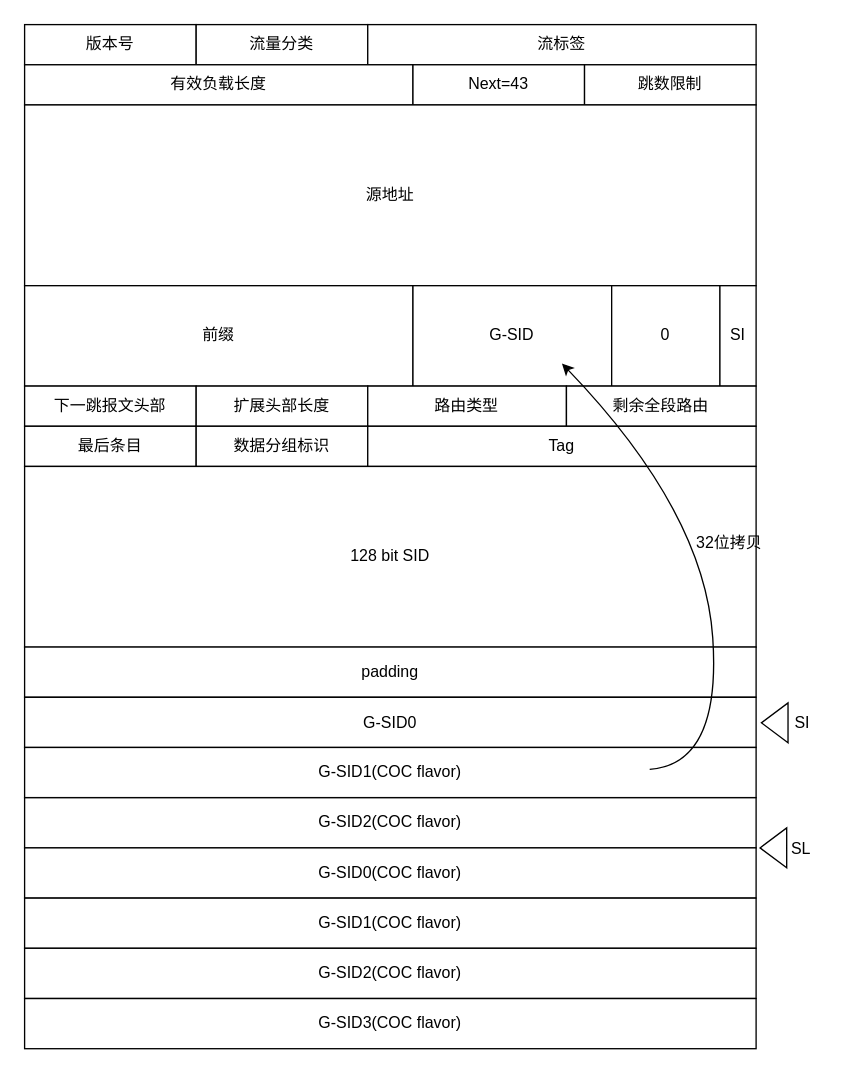
The draw.io diagram G-SRv6.drawio in SOANykun/SOA.github.io, before the edit. Source tidied: cells renumbered, new cells numbered last; positions are measured from the earlier drawing's top-left corner, leaving out a move shared by most shapes. Both pictures are drawn from the tidied source at 133%, with x=0, y=0 at pixel (24, 24).
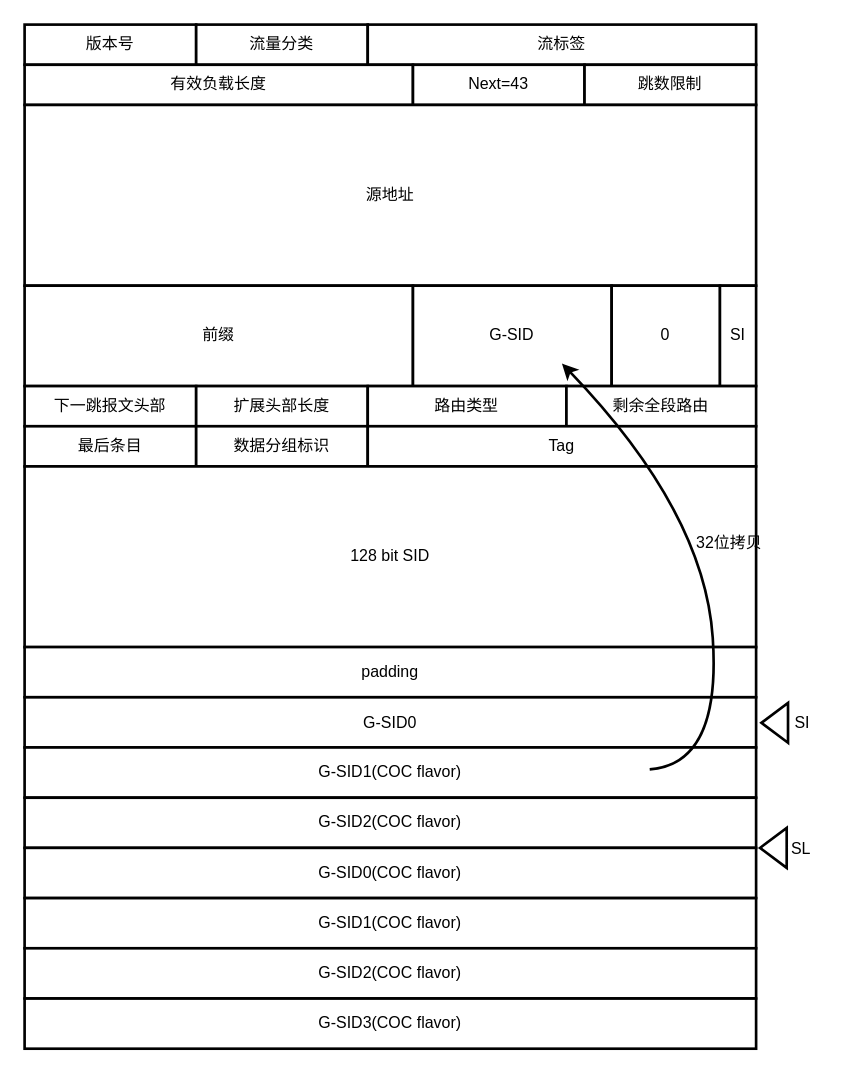
The same page after the edit.

The edit, as a diff of the source:
```diff
@@
-    <mxCell id="2" style="group;fontFamily=宋体;fillColor=none;" parent="1" vertex="1">
+    <mxCell id="2" style="group;fontFamily=宋体;fillColor=none;strokeWidth=2;" parent="1" vertex="1">
       <mxGeometry width="610" height="770" as="geometry" />
     </mxCell>
-    <mxCell id="3" value="版本号" style="rounded=0;whiteSpace=wrap;html=1;fontFamily=宋体;" parent="2" vertex="1">
+    <mxCell id="3" value="版本号" style="rounded=0;whiteSpace=wrap;html=1;fontFamily=宋体;strokeWidth=2;" parent="2" vertex="1">
       <mxGeometry width="129" height="30.2" as="geometry" />
     </mxCell>
-    <mxCell id="4" value="流量分类" style="rounded=0;whiteSpace=wrap;html=1;fontFamily=宋体;" parent="2" vertex="1">
+    <mxCell id="4" value="流量分类" style="rounded=0;whiteSpace=wrap;html=1;fontFamily=宋体;strokeWidth=2;" parent="2" vertex="1">
       <mxGeometry x="129" width="129" height="30.2" as="geometry" />
     </mxCell>
-    <mxCell id="5" value="流标签" style="rounded=0;whiteSpace=wrap;html=1;fontFamily=宋体;" parent="2" vertex="1">
+    <mxCell id="5" value="流标签" style="rounded=0;whiteSpace=wrap;html=1;fontFamily=宋体;strokeWidth=2;" parent="2" vertex="1">
       <mxGeometry x="258" width="292" height="30.2" as="geometry" />
     </mxCell>
-    <mxCell id="6" value="有效负载长度" style="rounded=0;whiteSpace=wrap;html=1;fontFamily=宋体;" parent="2" vertex="1">
+    <mxCell id="6" value="有效负载长度" style="rounded=0;whiteSpace=wrap;html=1;fontFamily=宋体;strokeWidth=2;" parent="2" vertex="1">
       <mxGeometry y="30.2" width="292" height="30.2" as="geometry" />
     </mxCell>
-    <mxCell id="7" value="Next=43" style="rounded=0;whiteSpace=wrap;html=1;fontFamily=宋体;" parent="2" vertex="1">
+    <mxCell id="7" value="Next=43" style="rounded=0;whiteSpace=wrap;html=1;fontFamily=宋体;strokeWidth=2;" parent="2" vertex="1">
       <mxGeometry x="292" y="30.2" width="129" height="30.2" as="geometry" />
     </mxCell>
-    <mxCell id="8" value="跳数限制" style="rounded=0;whiteSpace=wrap;html=1;fontFamily=宋体;" parent="2" vertex="1">
+    <mxCell id="8" value="跳数限制" style="rounded=0;whiteSpace=wrap;html=1;fontFamily=宋体;strokeWidth=2;" parent="2" vertex="1">
       <mxGeometry x="421" y="30.2" width="129" height="30.2" as="geometry" />
     </mxCell>
-    <mxCell id="9" value="源地址" style="rounded=0;whiteSpace=wrap;html=1;fontFamily=宋体;" parent="2" vertex="1">
+    <mxCell id="9" value="源地址" style="rounded=0;whiteSpace=wrap;html=1;fontFamily=宋体;strokeWidth=2;" parent="2" vertex="1">
       <mxGeometry y="60.4" width="550" height="135.9" as="geometry" />
     </mxCell>
-    <mxCell id="10" value="前缀" style="rounded=0;whiteSpace=wrap;html=1;fontFamily=宋体;" parent="2" vertex="1">
+    <mxCell id="10" value="前缀" style="rounded=0;whiteSpace=wrap;html=1;fontFamily=宋体;strokeWidth=2;" parent="2" vertex="1">
       <mxGeometry y="196.3" width="292" height="75.5" as="geometry" />
     </mxCell>
-    <mxCell id="11" value="G-SID" style="rounded=0;whiteSpace=wrap;html=1;fontFamily=宋体;" parent="2" vertex="1">
+    <mxCell id="11" value="G-SID" style="rounded=0;whiteSpace=wrap;html=1;fontFamily=宋体;strokeWidth=2;" parent="2" vertex="1">
       <mxGeometry x="292" y="196.3" width="149.4" height="75.5" as="geometry" />
     </mxCell>
-    <mxCell id="12" value="0" style="rounded=0;whiteSpace=wrap;html=1;fontFamily=宋体;" parent="2" vertex="1">
+    <mxCell id="12" value="0" style="rounded=0;whiteSpace=wrap;html=1;fontFamily=宋体;strokeWidth=2;" parent="2" vertex="1">
       <mxGeometry x="441.4" y="196.3" width="81.5" height="75.5" as="geometry" />
     </mxCell>
-    <mxCell id="13" value="SI" style="rounded=0;whiteSpace=wrap;html=1;fontFamily=宋体;" parent="2" vertex="1">
+    <mxCell id="13" value="SI" style="rounded=0;whiteSpace=wrap;html=1;fontFamily=宋体;strokeWidth=2;" parent="2" vertex="1">
       <mxGeometry x="522.8" y="196.3" width="27.2" height="75.5" as="geometry" />
     </mxCell>
-    <mxCell id="14" value="下一跳报文头部" style="rounded=0;whiteSpace=wrap;html=1;fontFamily=宋体;" parent="2" vertex="1">
+    <mxCell id="14" value="下一跳报文头部" style="rounded=0;whiteSpace=wrap;html=1;fontFamily=宋体;strokeWidth=2;" parent="2" vertex="1">
       <mxGeometry y="271.8" width="129" height="30.2" as="geometry" />
     </mxCell>
-    <mxCell id="15" value="最后条目" style="rounded=0;whiteSpace=wrap;html=1;fontFamily=宋体;" parent="2" vertex="1">
+    <mxCell id="15" value="最后条目" style="rounded=0;whiteSpace=wrap;html=1;fontFamily=宋体;strokeWidth=2;" parent="2" vertex="1">
       <mxGeometry y="302" width="129" height="30.2" as="geometry" />
     </mxCell>
-    <mxCell id="16" value="扩展头部长度" style="rounded=0;whiteSpace=wrap;html=1;fontFamily=宋体;" parent="2" vertex="1">
+    <mxCell id="16" value="扩展头部长度" style="rounded=0;whiteSpace=wrap;html=1;fontFamily=宋体;strokeWidth=2;" parent="2" vertex="1">
       <mxGeometry x="129" y="271.8" width="129" height="30.2" as="geometry" />
     </mxCell>
-    <mxCell id="17" value="路由类型" style="rounded=0;whiteSpace=wrap;html=1;fontFamily=宋体;" parent="2" vertex="1">
+    <mxCell id="17" value="路由类型" style="rounded=0;whiteSpace=wrap;html=1;fontFamily=宋体;strokeWidth=2;" parent="2" vertex="1">
       <mxGeometry x="258" y="271.8" width="149.4" height="30.2" as="geometry" />
     </mxCell>
-    <mxCell id="18" value="剩余全段路由" style="rounded=0;whiteSpace=wrap;html=1;fontFamily=宋体;" parent="2" vertex="1">
+    <mxCell id="18" value="剩余全段路由" style="rounded=0;whiteSpace=wrap;html=1;fontFamily=宋体;strokeWidth=2;" parent="2" vertex="1">
       <mxGeometry x="407.4" y="271.8" width="142.6" height="30.2" as="geometry" />
     </mxCell>
-    <mxCell id="19" value="数据分组标识" style="rounded=0;whiteSpace=wrap;html=1;fontFamily=宋体;" parent="2" vertex="1">
+    <mxCell id="19" value="数据分组标识" style="rounded=0;whiteSpace=wrap;html=1;fontFamily=宋体;strokeWidth=2;" parent="2" vertex="1">
       <mxGeometry x="129" y="302" width="129" height="30.2" as="geometry" />
     </mxCell>
-    <mxCell id="20" value="Tag" style="rounded=0;whiteSpace=wrap;html=1;fontFamily=宋体;" parent="2" vertex="1">
+    <mxCell id="20" value="Tag" style="rounded=0;whiteSpace=wrap;html=1;fontFamily=宋体;strokeWidth=2;" parent="2" vertex="1">
       <mxGeometry x="258" y="302" width="292" height="30.2" as="geometry" />
     </mxCell>
-    <mxCell id="21" value="128 bit SID" style="rounded=0;whiteSpace=wrap;html=1;fontFamily=宋体;" parent="2" vertex="1">
+    <mxCell id="21" value="128 bit SID" style="rounded=0;whiteSpace=wrap;html=1;fontFamily=宋体;strokeWidth=2;" parent="2" vertex="1">
       <mxGeometry y="332.2" width="550" height="135.9" as="geometry" />
     </mxCell>
-    <mxCell id="22" value="padding" style="rounded=0;whiteSpace=wrap;html=1;fontFamily=宋体;" parent="2" vertex="1">
+    <mxCell id="22" value="padding" style="rounded=0;whiteSpace=wrap;html=1;fontFamily=宋体;strokeWidth=2;" parent="2" vertex="1">
       <mxGeometry y="468" width="550" height="37.7" as="geometry" />
     </mxCell>
-    <mxCell id="23" value="G-SID0" style="rounded=0;whiteSpace=wrap;html=1;fontFamily=宋体;" parent="2" vertex="1">
+    <mxCell id="23" value="G-SID0" style="rounded=0;whiteSpace=wrap;html=1;fontFamily=宋体;strokeWidth=2;" parent="2" vertex="1">
       <mxGeometry y="505.8" width="550" height="37.7" as="geometry" />
     </mxCell>
-    <mxCell id="24" value="G-SID1(COC flavor)" style="rounded=0;whiteSpace=wrap;html=1;fontFamily=宋体;" parent="2" vertex="1">
+    <mxCell id="24" value="G-SID1(COC flavor)" style="rounded=0;whiteSpace=wrap;html=1;fontFamily=宋体;strokeWidth=2;" parent="2" vertex="1">
       <mxGeometry y="543.5" width="550" height="37.7" as="geometry" />
     </mxCell>
-    <mxCell id="25" value="G-SID2(COC flavor)" style="rounded=0;whiteSpace=wrap;html=1;fontFamily=宋体;" parent="2" vertex="1">
+    <mxCell id="25" value="G-SID2(COC flavor)" style="rounded=0;whiteSpace=wrap;html=1;fontFamily=宋体;strokeWidth=2;" parent="2" vertex="1">
       <mxGeometry y="581.3" width="550" height="37.7" as="geometry" />
     </mxCell>
-    <mxCell id="26" value="G-SID0(COC flavor)" style="rounded=0;whiteSpace=wrap;html=1;fontFamily=宋体;" parent="2" vertex="1">
+    <mxCell id="26" value="G-SID0(COC flavor)" style="rounded=0;whiteSpace=wrap;html=1;fontFamily=宋体;strokeWidth=2;" parent="2" vertex="1">
       <mxGeometry y="619" width="550" height="37.7" as="geometry" />
     </mxCell>
-    <mxCell id="27" value="G-SID1(COC flavor)" style="rounded=0;whiteSpace=wrap;html=1;fontFamily=宋体;" parent="2" vertex="1">
+    <mxCell id="27" value="G-SID1(COC flavor)" style="rounded=0;whiteSpace=wrap;html=1;fontFamily=宋体;strokeWidth=2;" parent="2" vertex="1">
       <mxGeometry y="656.8" width="550" height="37.7" as="geometry" />
     </mxCell>
-    <mxCell id="28" value="G-SID2(COC flavor)" style="rounded=0;whiteSpace=wrap;html=1;fontFamily=宋体;" parent="2" vertex="1">
+    <mxCell id="28" value="G-SID2(COC flavor)" style="rounded=0;whiteSpace=wrap;html=1;fontFamily=宋体;strokeWidth=2;" parent="2" vertex="1">
       <mxGeometry y="694.5" width="550" height="37.7" as="geometry" />
     </mxCell>
-    <mxCell id="29" value="G-SID3(COC flavor)" style="rounded=0;whiteSpace=wrap;html=1;fontFamily=宋体;" parent="2" vertex="1">
+    <mxCell id="29" value="G-SID3(COC flavor)" style="rounded=0;whiteSpace=wrap;html=1;fontFamily=宋体;strokeWidth=2;" parent="2" vertex="1">
       <mxGeometry y="732.3" width="550" height="37.7" as="geometry" />
     </mxCell>
-    <mxCell id="30" style="curved=1;endArrow=classic;html=1;rounded=0;entryX=0.75;entryY=1;entryDx=0;entryDy=0;" parent="2" edge="1">
+    <mxCell id="30" style="curved=1;endArrow=classic;html=1;rounded=0;entryX=0.75;entryY=1;entryDx=0;entryDy=0;strokeWidth=2;" parent="2" edge="1">
       <mxGeometry relative="1" as="geometry">
         <mxPoint x="470" y="560" as="sourcePoint" />
         <mxPoint x="404" y="254.8" as="targetPoint" />
         <Array as="points">
           <mxPoint x="523.8" y="556" />
           <mxPoint x="511" y="366" />
         </Array>
       </mxGeometry>
     </mxCell>
-    <mxCell id="31" value="32位拷贝" style="rounded=0;whiteSpace=wrap;html=1;strokeColor=none;fillColor=none;" parent="2" vertex="1">
+    <mxCell id="31" value="32位拷贝" style="rounded=0;whiteSpace=wrap;html=1;strokeColor=none;fillColor=none;strokeWidth=2;" parent="2" vertex="1">
       <mxGeometry x="490" y="380" width="80" height="20" as="geometry" />
     </mxCell>
-    <mxCell id="32" value="SL" style="rounded=0;whiteSpace=wrap;html=1;strokeColor=none;fillColor=none;" parent="2" vertex="1">
+    <mxCell id="32" value="SL" style="rounded=0;whiteSpace=wrap;html=1;strokeColor=none;fillColor=none;strokeWidth=2;" parent="2" vertex="1">
       <mxGeometry x="554" y="610" width="60" height="20" as="geometry" />
     </mxCell>
-    <mxCell id="33" value="SI" style="rounded=0;whiteSpace=wrap;html=1;strokeColor=none;fillColor=none;" parent="1" vertex="1">
+    <mxCell id="33" value="SI" style="rounded=0;whiteSpace=wrap;html=1;strokeColor=none;fillColor=none;strokeWidth=2;" parent="1" vertex="1">
       <mxGeometry x="555" y="515" width="60" height="20" as="geometry" />
     </mxCell>
-    <mxCell id="34" style="triangle;whiteSpace=wrap;html=1;rotation=-180;" parent="1" vertex="1">
+    <mxCell id="34" style="triangle;whiteSpace=wrap;html=1;rotation=-180;strokeWidth=2;" parent="1" vertex="1">
       <mxGeometry x="554" y="510" width="20" height="30" as="geometry" />
     </mxCell>
-    <mxCell id="35" style="triangle;whiteSpace=wrap;html=1;rotation=-180;" parent="1" vertex="1">
+    <mxCell id="35" style="triangle;whiteSpace=wrap;html=1;rotation=-180;strokeWidth=2;" parent="1" vertex="1">
       <mxGeometry x="553" y="604" width="20" height="30" as="geometry" />
     </mxCell>
```
